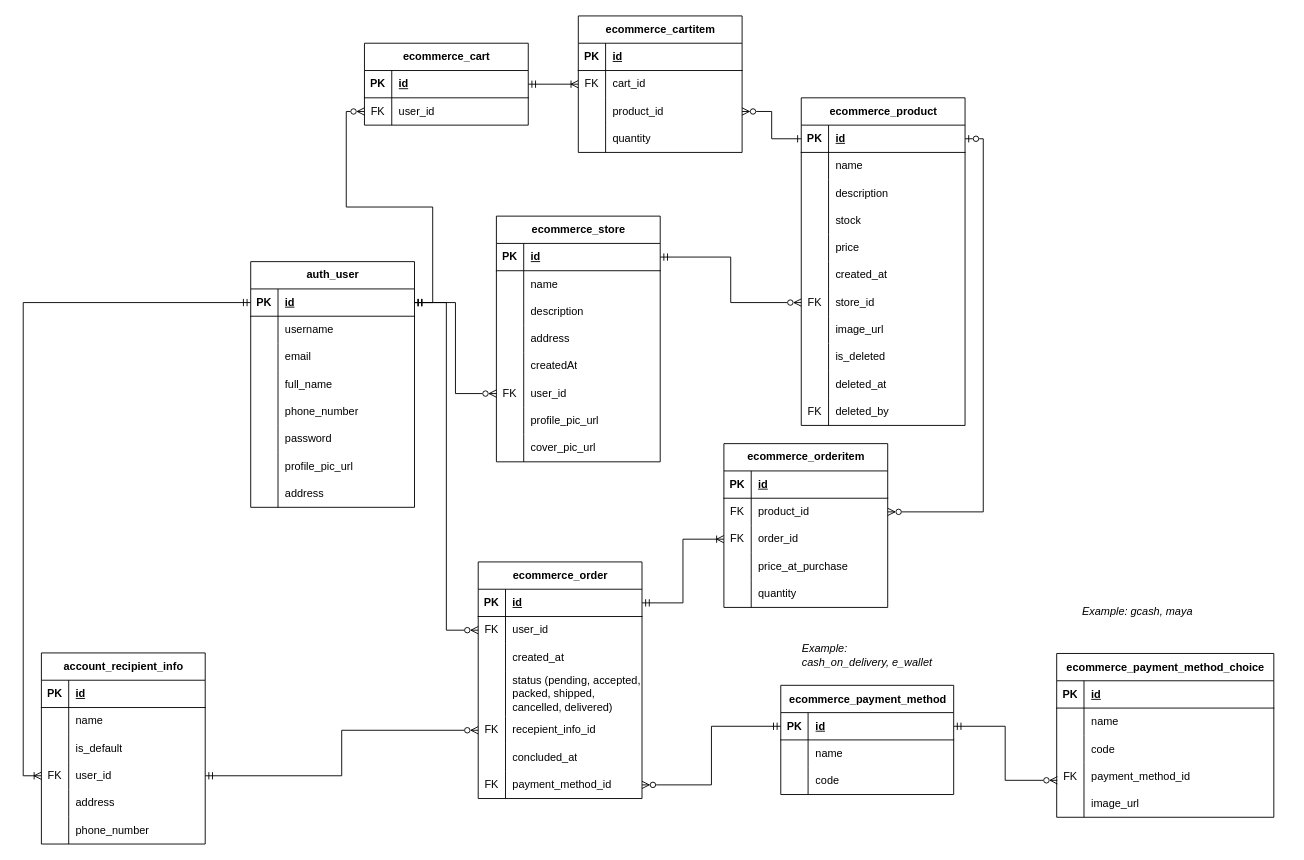
RHILIUS/drawio keeps this draw.io diagram as page "All (INC)" (1 of 3) of E-Commerce API ERD.drawio. Above is the earlier version. Source tidied: cells renumbered, new cells numbered last; positions are measured from the earlier drawing's top-left corner, leaving out a move shared by most shapes. Both pictures are drawn from the tidied source at 91%, with x=0, y=0 at pixel (41, 15).
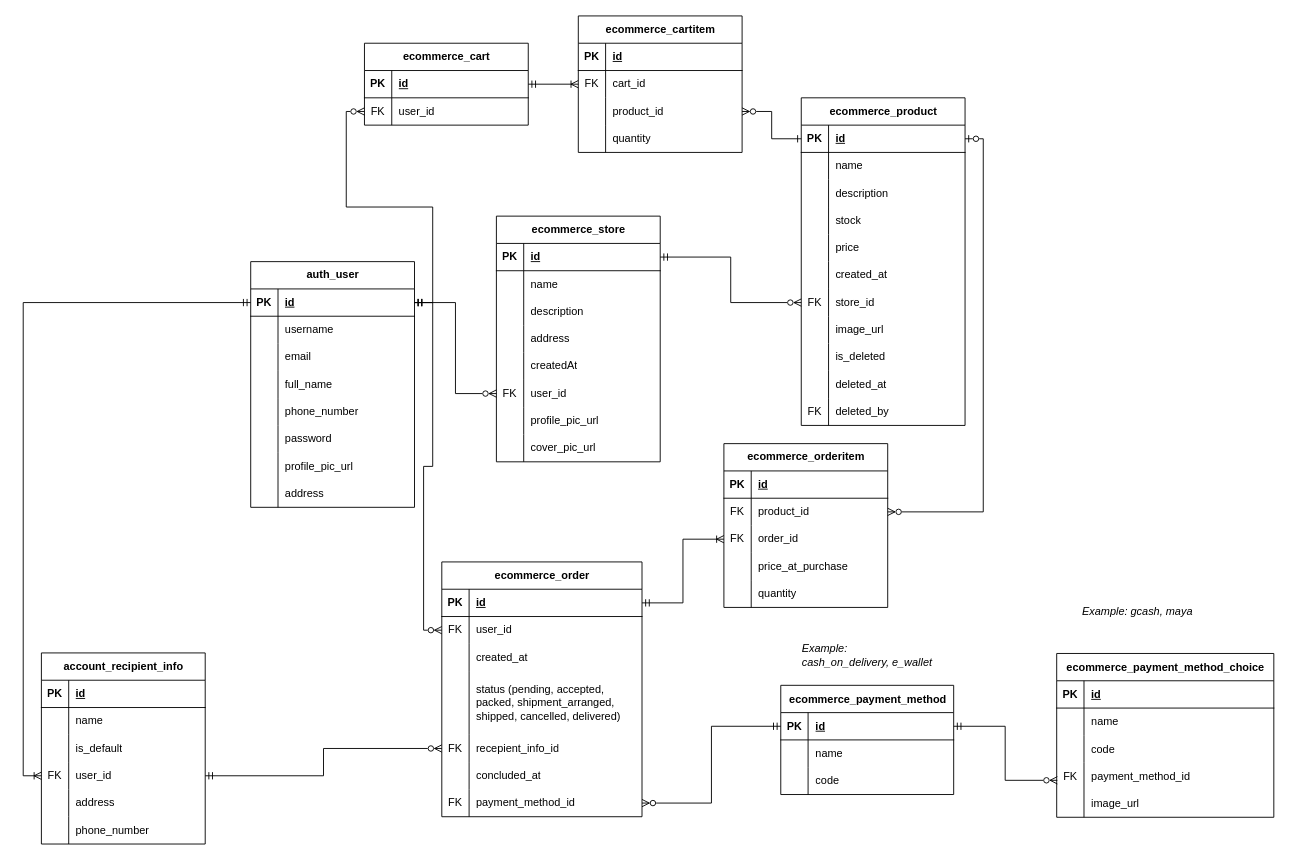
After the change.

The edit, as a diff of the source:
```diff
@@
     <mxCell id="84" value="ecommerce_order" style="shape=table;startSize=30;childLayout=tableLayout;rowLines=0;fontStyle=1;align=center;html=1;" parent="1" vertex="1">
-      <mxGeometry x="480" y="600" width="180" height="260" as="geometry" />
+      <mxGeometry x="440" y="600" width="220" height="280" as="geometry" />
     </mxCell>
     <mxCell id="85" style="shape=tableRow;horizontal=0;startSize=0;swimlaneHead=0;swimlaneBody=0;fillColor=none;points=[[0,0.5],[1,0.5]];portConstraint=eastwest;top=0;left=0;right=0;bottom=1;" parent="84" vertex="1">
-      <mxGeometry y="30" width="180" height="30" as="geometry" />
+      <mxGeometry y="30" width="220" height="30" as="geometry" />
     </mxCell>
@@
     <mxCell id="87" value="id" style="shape=partialRectangle;fillColor=none;top=0;left=0;bottom=0;right=0;align=left;spacingLeft=6;fontStyle=5;overflow=hidden;whiteSpace=wrap;html=1;" parent="85" vertex="1">
-      <mxGeometry x="30" width="150" height="30" as="geometry" />
+      <mxGeometry x="30" width="190" height="30" as="geometry" />
     </mxCell>
     <mxCell id="88" style="shape=tableRow;horizontal=0;startSize=0;swimlaneHead=0;swimlaneBody=0;fillColor=none;points=[[0,0.5],[1,0.5]];portConstraint=eastwest;top=0;left=0;right=0;bottom=0;" parent="84" vertex="1">
-      <mxGeometry y="60" width="180" height="30" as="geometry" />
+      <mxGeometry y="60" width="220" height="30" as="geometry" />
     </mxCell>
@@
     <mxCell id="90" value="user_id" style="shape=partialRectangle;fillColor=none;top=0;left=0;bottom=0;right=0;align=left;spacingLeft=6;overflow=hidden;whiteSpace=wrap;html=1;" parent="88" vertex="1">
-      <mxGeometry x="30" width="150" height="30" as="geometry" />
+      <mxGeometry x="30" width="190" height="30" as="geometry" />
     </mxCell>
     <mxCell id="91" style="shape=tableRow;horizontal=0;startSize=0;swimlaneHead=0;swimlaneBody=0;fillColor=none;top=0;left=0;right=0;bottom=0;" parent="84" vertex="1">
-      <mxGeometry y="90" width="180" height="30" as="geometry" />
+      <mxGeometry y="90" width="220" height="30" as="geometry" />
     </mxCell>
@@
     <mxCell id="93" value="created_at" style="shape=partialRectangle;fillColor=none;top=0;left=0;bottom=0;right=0;align=left;spacingLeft=6;overflow=hidden;whiteSpace=wrap;html=1;" parent="91" vertex="1">
-      <mxGeometry x="30" width="150" height="30" as="geometry" />
+      <mxGeometry x="30" width="190" height="30" as="geometry" />
     </mxCell>
     <mxCell id="94" style="shape=tableRow;horizontal=0;startSize=0;swimlaneHead=0;swimlaneBody=0;fillColor=none;top=0;left=0;right=0;bottom=0;" parent="84" vertex="1">
-      <mxGeometry y="120" width="180" height="50" as="geometry" />
+      <mxGeometry y="120" width="220" height="70" as="geometry" />
     </mxCell>
     <mxCell id="95" style="shape=partialRectangle;fillColor=none;top=0;left=0;bottom=0;right=0;overflow=hidden;whiteSpace=wrap;html=1;" parent="94" vertex="1">
-      <mxGeometry width="30" height="50" as="geometry" />
+      <mxGeometry width="30" height="70" as="geometry" />
     </mxCell>
-    <mxCell id="96" value="status (pending, accepted, packed, shipped, cancelled, delivered)" style="shape=partialRectangle;fillColor=none;top=0;left=0;bottom=0;right=0;align=left;spacingLeft=6;overflow=hidden;whiteSpace=wrap;html=1;" parent="94" vertex="1">
-      <mxGeometry x="30" width="150" height="50" as="geometry" />
+    <mxCell id="96" value="status (pending, accepted, packed, shipment_arranged,&amp;nbsp; shipped, cancelled, delivered)" style="shape=partialRectangle;fillColor=none;top=0;left=0;bottom=0;right=0;align=left;spacingLeft=6;overflow=hidden;whiteSpace=wrap;html=1;" parent="94" vertex="1">
+      <mxGeometry x="30" width="190" height="70" as="geometry" />
     </mxCell>
     <mxCell id="97" style="shape=tableRow;horizontal=0;startSize=0;swimlaneHead=0;swimlaneBody=0;fillColor=none;points=[[0,0.5],[1,0.5]];portConstraint=eastwest;top=0;left=0;right=0;bottom=0;" parent="84" vertex="1">
-      <mxGeometry y="170" width="180" height="30" as="geometry" />
+      <mxGeometry y="190" width="220" height="30" as="geometry" />
     </mxCell>
@@
     <mxCell id="99" value="recepient_info_id" style="shape=partialRectangle;fillColor=none;top=0;left=0;bottom=0;right=0;align=left;spacingLeft=6;overflow=hidden;whiteSpace=wrap;html=1;" parent="97" vertex="1">
-      <mxGeometry x="30" width="150" height="30" as="geometry" />
+      <mxGeometry x="30" width="190" height="30" as="geometry" />
     </mxCell>
     <mxCell id="100" style="shape=tableRow;horizontal=0;startSize=0;swimlaneHead=0;swimlaneBody=0;fillColor=none;top=0;left=0;right=0;bottom=0;" parent="84" vertex="1">
-      <mxGeometry y="200" width="180" height="30" as="geometry" />
+      <mxGeometry y="220" width="220" height="30" as="geometry" />
     </mxCell>
@@
     <mxCell id="102" value="concluded_at" style="shape=partialRectangle;fillColor=none;top=0;left=0;bottom=0;right=0;align=left;spacingLeft=6;overflow=hidden;whiteSpace=wrap;html=1;" parent="100" vertex="1">
-      <mxGeometry x="30" width="150" height="30" as="geometry" />
+      <mxGeometry x="30" width="190" height="30" as="geometry" />
     </mxCell>
     <mxCell id="103" style="shape=tableRow;horizontal=0;startSize=0;swimlaneHead=0;swimlaneBody=0;fillColor=none;points=[[0,0.5],[1,0.5]];portConstraint=eastwest;top=0;left=0;right=0;bottom=0;" parent="84" vertex="1">
-      <mxGeometry y="230" width="180" height="30" as="geometry" />
+      <mxGeometry y="250" width="220" height="30" as="geometry" />
     </mxCell>
@@
     <mxCell id="105" value="payment_method_id" style="shape=partialRectangle;fillColor=none;top=0;left=0;bottom=0;right=0;align=left;spacingLeft=6;overflow=hidden;whiteSpace=wrap;html=1;" parent="103" vertex="1">
-      <mxGeometry x="30" width="150" height="30" as="geometry" />
+      <mxGeometry x="30" width="190" height="30" as="geometry" />
     </mxCell>
```
